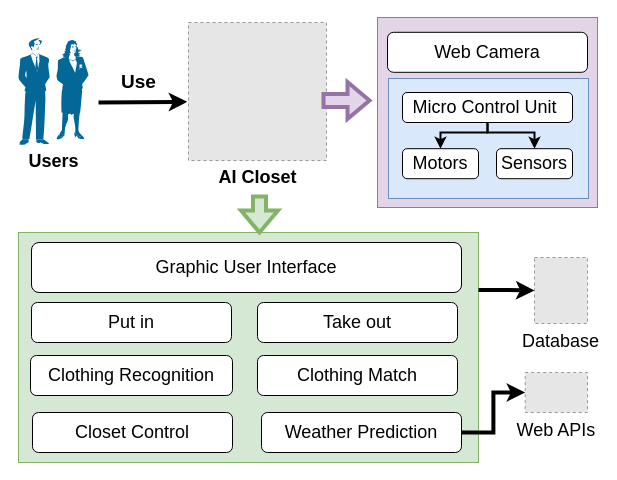
Chrouos/Intelligence-Closet keeps this draw.io diagram as page "英文整體架構圖" (1 of 10) of FileFolder/AIcloset_v2.drawio. Above is the earlier version. Source tidied: cells renumbered, new cells numbered last; positions are measured from the earlier drawing's top-left corner, leaving out a move shared by most shapes. Both pictures are drawn from the tidied source at 100%, with x=0, y=0 at pixel (18, 17). Pictures stored in the file or linked from it are replaced by grey dashed boxes.
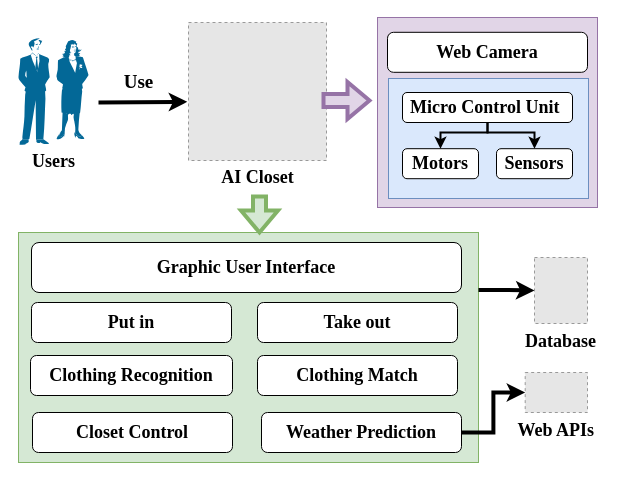
The same page after the edit.

What changed in the source:
```diff
@@
-    <mxCell id="2" style="rounded=0;whiteSpace=wrap;html=1;fontSize=18;fillColor=#d5e8d4;strokeColor=#82b366;" parent="1" vertex="1">
+    <mxCell id="2" style="rounded=0;whiteSpace=wrap;html=1;fontSize=18;fillColor=#d5e8d4;strokeColor=#82b366;fontFamily=Times New Roman;fontStyle=1;" parent="1" vertex="1">
       <mxGeometry y="215" width="460" height="230" as="geometry" />
     </mxCell>
-    <mxCell id="3" value="&lt;font style=&quot;font-size: 18px;&quot;&gt;AI Closet&lt;/font&gt;" style="fillColor=#E6E6E6;strokeColor=#999999;dashed=1;html=1;verticalAlign=top;verticalLabelPosition=bottom;labelBackgroundColor=#ffffff;fontStyle=1;" parent="1" vertex="1">
+    <mxCell id="3" value="&lt;font style=&quot;font-size: 18px;&quot;&gt;AI Closet&lt;/font&gt;" style="fillColor=#E6E6E6;strokeColor=#999999;dashed=1;html=1;verticalAlign=top;verticalLabelPosition=bottom;labelBackgroundColor=#ffffff;fontStyle=1;fontFamily=Times New Roman;" parent="1" vertex="1">
       <mxGeometry x="170" y="5" width="138" height="138" as="geometry" />
     </mxCell>
-    <mxCell id="4" value="&lt;font style=&quot;font-size: 18px;&quot;&gt;Users&lt;/font&gt;" style="shape=mxgraph.cisco.people.man_woman;html=1;dashed=0;fillColor=#036897;strokeColor=#ffffff;strokeWidth=2;verticalLabelPosition=bottom;verticalAlign=top;align=center;fontStyle=1;" parent="1" vertex="1">
+    <mxCell id="4" value="&lt;font style=&quot;font-size: 18px;&quot;&gt;Users&lt;/font&gt;" style="shape=mxgraph.cisco.people.man_woman;html=1;dashed=0;fillColor=#036897;strokeColor=#ffffff;strokeWidth=2;verticalLabelPosition=bottom;verticalAlign=top;align=center;fontStyle=1;fontFamily=Times New Roman;" parent="1" vertex="1">
       <mxGeometry y="20.8" width="70" height="106.5" as="geometry" />
     </mxCell>
-    <mxCell id="5" value="&amp;nbsp;Use&amp;nbsp;" style="endArrow=classic;html=1;rounded=0;fontSize=19;entryX=-0.009;entryY=0.575;entryDx=0;entryDy=0;entryPerimeter=0;spacing=8;strokeWidth=4;fontStyle=1;" parent="1" edge="1" target="3">
+    <mxCell id="5" value="&amp;nbsp;Use&amp;nbsp;" style="endArrow=classic;html=1;rounded=0;fontSize=19;entryX=-0.009;entryY=0.575;entryDx=0;entryDy=0;entryPerimeter=0;spacing=8;strokeWidth=4;fontStyle=1;fontFamily=Times New Roman;" parent="1" edge="1" target="3">
       <mxGeometry x="-0.1" y="20" relative="1" as="geometry">
         <mxPoint x="80" y="85" as="sourcePoint" />
       </mxGeometry>
     </mxCell>
-    <mxCell id="6" style="shape=flexArrow;endArrow=classic;html=1;rounded=0;fontSize=18;strokeWidth=4;fillColor=#d5e8d4;strokeColor=#82b366;" parent="1" edge="1">
+    <mxCell id="6" style="shape=flexArrow;endArrow=classic;html=1;rounded=0;fontSize=18;strokeWidth=4;fillColor=#d5e8d4;strokeColor=#82b366;fontFamily=Times New Roman;fontStyle=1;" parent="1" edge="1">
       <mxGeometry relative="1" as="geometry">
         <mxPoint x="241" y="177" as="sourcePoint" />
         <mxPoint x="241" y="217" as="targetPoint" />
       </mxGeometry>
     </mxCell>
-    <mxCell id="7" value="Graphic User Interface" style="rounded=1;whiteSpace=wrap;html=1;fontSize=18;" parent="1" vertex="1">
+    <mxCell id="7" value="Graphic User Interface" style="rounded=1;whiteSpace=wrap;html=1;fontSize=18;fontFamily=Times New Roman;fontStyle=1;" parent="1" vertex="1">
       <mxGeometry x="13" y="225" width="430" height="50" as="geometry" />
     </mxCell>
-    <mxCell id="8" value="Put in" style="rounded=1;whiteSpace=wrap;html=1;fontSize=18;" parent="1" vertex="1">
+    <mxCell id="8" value="Put in" style="rounded=1;whiteSpace=wrap;html=1;fontSize=18;fontFamily=Times New Roman;fontStyle=1;" parent="1" vertex="1">
       <mxGeometry x="13" y="285" width="200" height="40" as="geometry" />
     </mxCell>
-    <mxCell id="9" style="edgeStyle=orthogonalEdgeStyle;rounded=0;jettySize=auto;html=1;fontSize=18;strokeWidth=4;exitX=1;exitY=0.25;exitDx=0;exitDy=0;" parent="1" edge="1" source="2" target="25">
+    <mxCell id="9" style="edgeStyle=orthogonalEdgeStyle;rounded=0;jettySize=auto;html=1;fontSize=18;strokeWidth=4;exitX=1;exitY=0.25;exitDx=0;exitDy=0;fontFamily=Times New Roman;fontStyle=1;" parent="1" edge="1" source="2" target="25">
       <mxGeometry relative="1" as="geometry" />
     </mxCell>
-    <mxCell id="10" value="Take out" style="rounded=1;whiteSpace=wrap;html=1;fontSize=18;" parent="1" vertex="1">
+    <mxCell id="10" value="Take out" style="rounded=1;whiteSpace=wrap;html=1;fontSize=18;fontFamily=Times New Roman;fontStyle=1;" parent="1" vertex="1">
       <mxGeometry x="239" y="285" width="200" height="40" as="geometry" />
     </mxCell>
-    <mxCell id="11" value="Clothing Recognition" style="rounded=1;whiteSpace=wrap;html=1;fontSize=18;" parent="1" vertex="1">
+    <mxCell id="11" value="Clothing Recognition" style="rounded=1;whiteSpace=wrap;html=1;fontSize=18;fontFamily=Times New Roman;fontStyle=1;" parent="1" vertex="1">
       <mxGeometry x="12" y="338" width="202" height="40" as="geometry" />
     </mxCell>
-    <mxCell id="12" value="Clothing Match" style="rounded=1;whiteSpace=wrap;html=1;fontSize=18;" parent="1" vertex="1">
+    <mxCell id="12" value="Clothing Match" style="rounded=1;whiteSpace=wrap;html=1;fontSize=18;fontFamily=Times New Roman;fontStyle=1;" parent="1" vertex="1">
       <mxGeometry x="239" y="338" width="200" height="40" as="geometry" />
     </mxCell>
-    <mxCell id="13" style="edgeStyle=orthogonalEdgeStyle;rounded=0;jettySize=auto;html=1;fontSize=18;strokeWidth=4;" parent="1" edge="1" source="14" target="26">
+    <mxCell id="13" style="edgeStyle=orthogonalEdgeStyle;rounded=0;jettySize=auto;html=1;fontSize=18;strokeWidth=4;fontFamily=Times New Roman;fontStyle=1;" parent="1" edge="1" source="14" target="26">
       <mxGeometry relative="1" as="geometry" />
     </mxCell>
-    <mxCell id="14" value="Weather Prediction" style="rounded=1;whiteSpace=wrap;html=1;fontSize=18;" parent="1" vertex="1">
+    <mxCell id="14" value="Weather Prediction" style="rounded=1;whiteSpace=wrap;html=1;fontSize=18;fontFamily=Times New Roman;fontStyle=1;" parent="1" vertex="1">
       <mxGeometry x="243" y="395" width="200" height="40" as="geometry" />
     </mxCell>
-    <mxCell id="15" value="Closet Control" style="rounded=1;whiteSpace=wrap;html=1;fontSize=18;" parent="1" vertex="1">
+    <mxCell id="15" value="Closet Control" style="rounded=1;whiteSpace=wrap;html=1;fontSize=18;fontFamily=Times New Roman;fontStyle=1;" parent="1" vertex="1">
       <mxGeometry x="14" y="395" width="200" height="40" as="geometry" />
     </mxCell>
-    <mxCell id="16" style="shape=flexArrow;endArrow=classic;html=1;rounded=0;fontSize=18;strokeWidth=4;fillColor=#e1d5e7;strokeColor=#9673a6;" parent="1" edge="1">
+    <mxCell id="16" style="shape=flexArrow;endArrow=classic;html=1;rounded=0;fontSize=18;strokeWidth=4;fillColor=#e1d5e7;strokeColor=#9673a6;fontFamily=Times New Roman;fontStyle=1;" parent="1" edge="1">
       <mxGeometry relative="1" as="geometry">
         <mxPoint x="303" y="83" as="sourcePoint" />
         <mxPoint x="353" y="83" as="targetPoint" />
       </mxGeometry>
     </mxCell>
-    <mxCell id="17" style="rounded=0;whiteSpace=wrap;html=1;fontSize=18;fillColor=#e1d5e7;strokeColor=#9673a6;" parent="1" vertex="1">
+    <mxCell id="17" style="rounded=0;whiteSpace=wrap;html=1;fontSize=18;fillColor=#e1d5e7;strokeColor=#9673a6;fontFamily=Times New Roman;fontStyle=1;" parent="1" vertex="1">
       <mxGeometry x="359" width="220" height="190" as="geometry" />
     </mxCell>
-    <mxCell id="18" value="Web Camera" style="rounded=1;whiteSpace=wrap;html=1;fontSize=18;" parent="1" vertex="1">
+    <mxCell id="18" value="Web Camera" style="rounded=1;whiteSpace=wrap;html=1;fontSize=18;fontFamily=Times New Roman;fontStyle=1;" parent="1" vertex="1">
       <mxGeometry x="369" y="14.8" width="200" height="40" as="geometry" />
     </mxCell>
-    <mxCell id="19" style="rounded=0;whiteSpace=wrap;html=1;fontSize=18;fillColor=#dae8fc;strokeColor=#6c8ebf;" parent="1" vertex="1">
+    <mxCell id="19" style="rounded=0;whiteSpace=wrap;html=1;fontSize=18;fillColor=#dae8fc;strokeColor=#6c8ebf;fontFamily=Times New Roman;fontStyle=1;" parent="1" vertex="1">
       <mxGeometry x="370" y="61" width="200" height="120" as="geometry" />
     </mxCell>
-    <mxCell id="20" style="edgeStyle=orthogonalEdgeStyle;rounded=0;jettySize=auto;html=1;fontSize=18;strokeWidth=2;" parent="1" edge="1" source="22" target="24">
+    <mxCell id="20" style="edgeStyle=orthogonalEdgeStyle;rounded=0;jettySize=auto;html=1;fontSize=18;strokeWidth=2;fontFamily=Times New Roman;fontStyle=1;" parent="1" edge="1" source="22" target="24">
       <mxGeometry relative="1" as="geometry">
         <Array as="points">
           <mxPoint x="469" y="115" />
           <mxPoint x="516" y="115" />
         </Array>
       </mxGeometry>
     </mxCell>
-    <mxCell id="21" style="edgeStyle=orthogonalEdgeStyle;rounded=0;jettySize=auto;html=1;fontSize=18;strokeWidth=2;" parent="1" edge="1" source="22" target="23">
+    <mxCell id="21" style="edgeStyle=orthogonalEdgeStyle;rounded=0;jettySize=auto;html=1;fontSize=18;strokeWidth=2;fontFamily=Times New Roman;fontStyle=1;" parent="1" edge="1" source="22" target="23">
       <mxGeometry relative="1" as="geometry">
         <Array as="points">
           <mxPoint x="469" y="115" />
           <mxPoint x="422" y="115" />
         </Array>
       </mxGeometry>
     </mxCell>
-    <mxCell id="22" value="Micro Control Unit&amp;nbsp;" style="rounded=1;whiteSpace=wrap;html=1;fontSize=18;" parent="1" vertex="1">
+    <mxCell id="22" value="Micro Control Unit&amp;nbsp;" style="rounded=1;whiteSpace=wrap;html=1;fontSize=18;fontFamily=Times New Roman;fontStyle=1;" parent="1" vertex="1">
       <mxGeometry x="384" y="75" width="170" height="30" as="geometry" />
     </mxCell>
-    <mxCell id="23" value="Motors" style="rounded=1;whiteSpace=wrap;html=1;fontSize=18;" parent="1" vertex="1">
+    <mxCell id="23" value="Motors" style="rounded=1;whiteSpace=wrap;html=1;fontSize=18;fontFamily=Times New Roman;fontStyle=1;" parent="1" vertex="1">
       <mxGeometry x="384" y="131.2" width="76" height="30" as="geometry" />
     </mxCell>
-    <mxCell id="24" value="Sensors" style="rounded=1;whiteSpace=wrap;html=1;fontSize=18;" parent="1" vertex="1">
+    <mxCell id="24" value="Sensors" style="rounded=1;whiteSpace=wrap;html=1;fontSize=18;fontFamily=Times New Roman;fontStyle=1;" parent="1" vertex="1">
       <mxGeometry x="478" y="131.2" width="76" height="30" as="geometry" />
     </mxCell>
-    <mxCell id="25" value="Database" style="fillColor=#E6E6E6;strokeColor=#999999;dashed=1;verticalLabelPosition=bottom;labelBackgroundColor=#ffffff;verticalAlign=top;fontSize=18;" parent="1" vertex="1">
+    <mxCell id="25" value="Database" style="fillColor=#E6E6E6;strokeColor=#999999;dashed=1;verticalLabelPosition=bottom;labelBackgroundColor=#ffffff;verticalAlign=top;fontSize=18;fontFamily=Times New Roman;fontStyle=1;" parent="1" vertex="1">
       <mxGeometry x="516" y="240" width="53" height="66" as="geometry" />
     </mxCell>
-    <mxCell id="26" value="Web APIs" style="fillColor=#E6E6E6;strokeColor=#999999;dashed=1;verticalLabelPosition=bottom;labelBackgroundColor=#ffffff;verticalAlign=top;fontSize=18;" parent="1" vertex="1">
+    <mxCell id="26" value="Web APIs" style="fillColor=#E6E6E6;strokeColor=#999999;dashed=1;verticalLabelPosition=bottom;labelBackgroundColor=#ffffff;verticalAlign=top;fontSize=18;fontFamily=Times New Roman;fontStyle=1;" parent="1" vertex="1">
       <mxGeometry x="506.7" y="355" width="62.3" height="40" as="geometry" />
     </mxCell>
```
